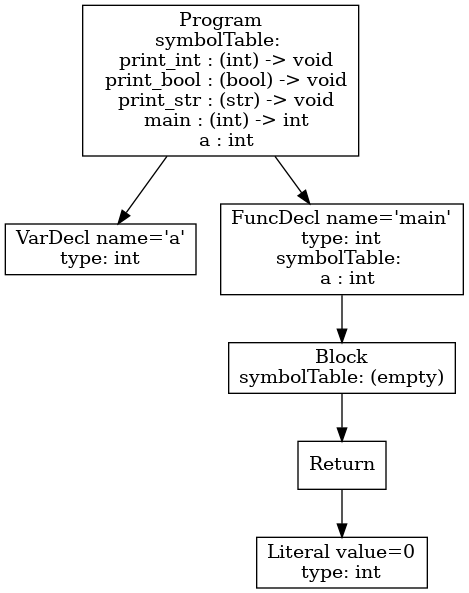
vtstew/p3-analysis keeps this Graphviz diagram as ast.png. Above is the earlier version. Its source is kept beside it as ast.dot. Source of this version:
```dot
digraph AST {
1 [shape=box, label="VarDecl name='a'\ntype: int"];
5 [shape=box, label="Literal value=0\ntype: int"];
4 [shape=box, label="Return"];
4 -> 5;
3 [shape=box, label="Block\nsymbolTable: (empty)"];
3 -> 4;
2 [shape=box, label="FuncDecl name='main'\ntype: int\nsymbolTable: \n  a : int"];
2 -> 3;
0 [shape=box, label="Program\nsymbolTable: \n  print_int : (int) -> void\n  print_bool : (bool) -> void\n  print_str : (str) -> void\n  main : (int) -> int\n  a : int"];
0 -> 1;
0 -> 2;
}
```
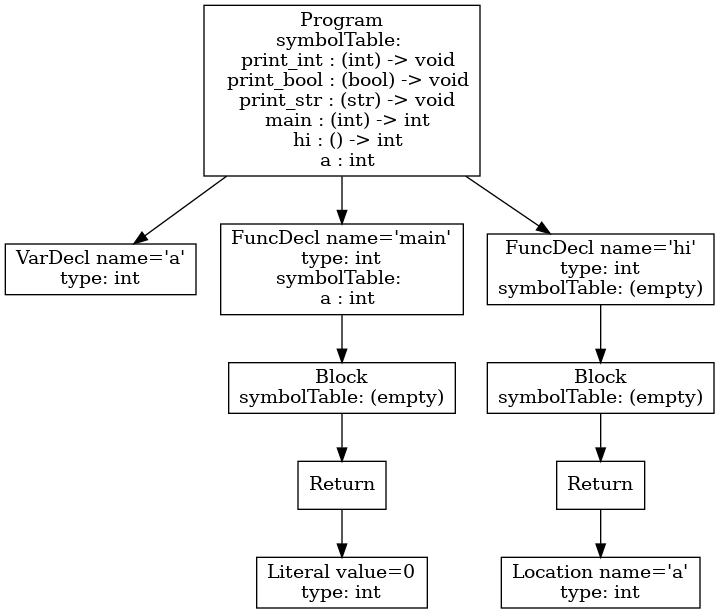
After the commit.

What changed in the source:
```diff
@@ -7,7 +7,15 @@
 3 -> 4;
 2 [shape=box, label="FuncDecl name='main'\ntype: int\nsymbolTable: \n  a : int"];
 2 -> 3;
-0 [shape=box, label="Program\nsymbolTable: \n  print_int : (int) -> void\n  print_bool : (bool) -> void\n  print_str : (str) -> void\n  main : (int) -> int\n  a : int"];
+9 [shape=box, label="Location name='a'\ntype: int"];
+8 [shape=box, label="Return"];
+8 -> 9;
+7 [shape=box, label="Block\nsymbolTable: (empty)"];
+7 -> 8;
+6 [shape=box, label="FuncDecl name='hi'\ntype: int\nsymbolTable: (empty)"];
+6 -> 7;
+0 [shape=box, label="Program\nsymbolTable: \n  print_int : (int) -> void\n  print_bool : (bool) -> void\n  print_str : (str) -> void\n  main : (int) -> int\n  hi : () -> int\n  a : int"];
 0 -> 1;
 0 -> 2;
+0 -> 6;
 }
```
